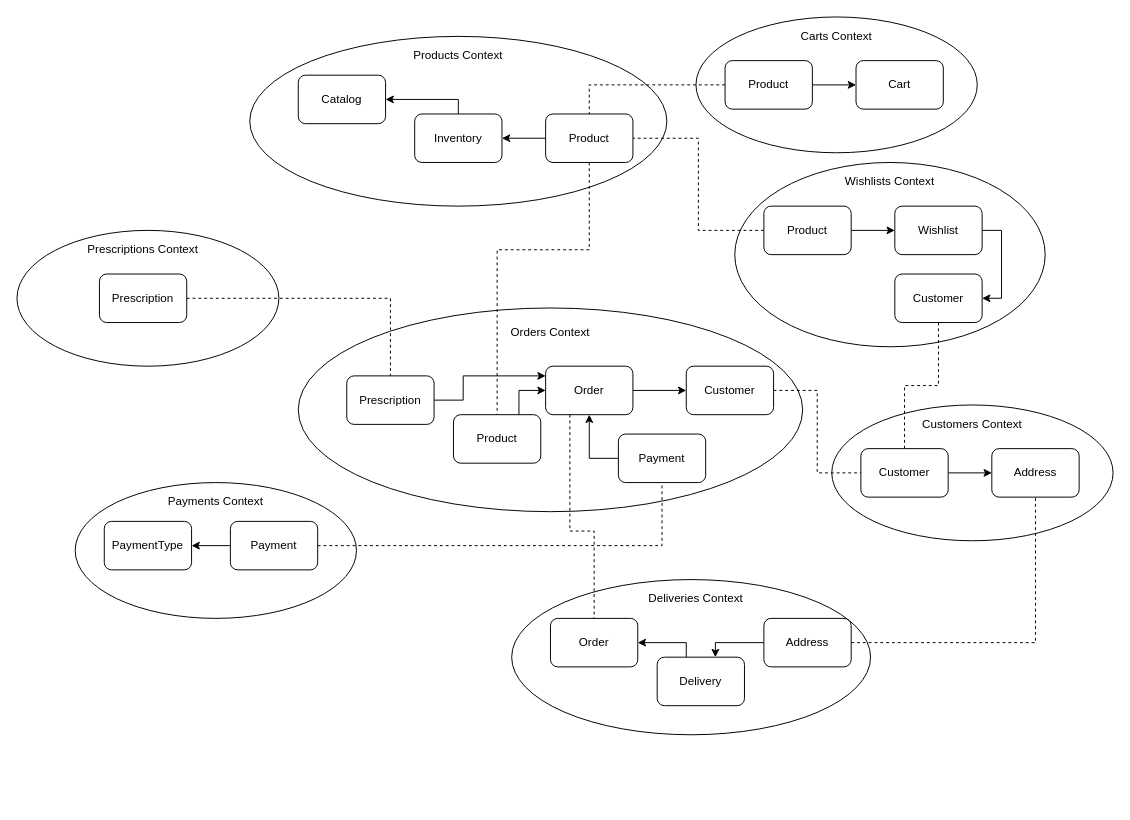
This is page "BoundedContexts" (3 of 4) of ServiceIdentification/Diagrams/DIagrams.drawio from jpscardoso97/pharmacity-ecommerce, a draw.io file, before an edit. Source tidied: cells renumbered, new cells numbered last; positions are measured from the earlier drawing's top-left corner, leaving out a move shared by most shapes. Both pictures are drawn from the tidied source at 97%, with x=0, y=0 at pixel (16, 16).
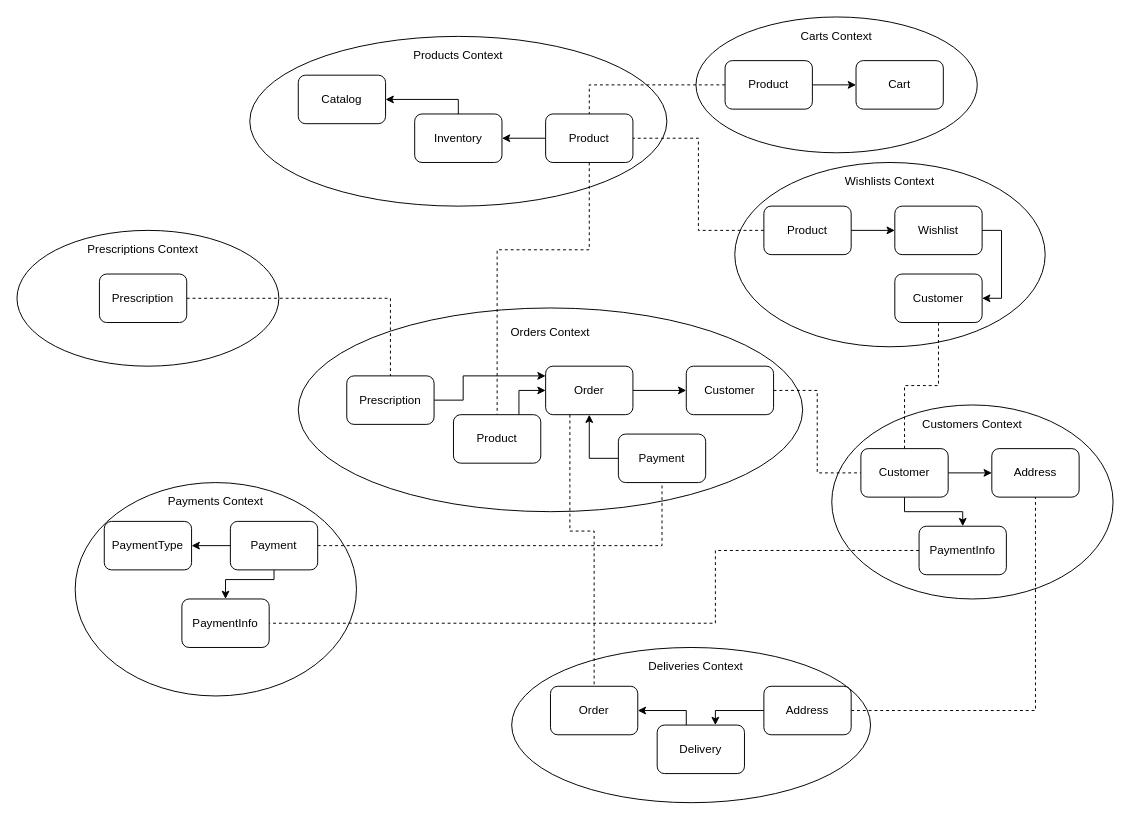
The same diagram, later.

Unchanged cells that the change refers to:
```xml
<mxCell id="23" value="Customer" style="rounded=1;whiteSpace=wrap;html=1;" parent="1" vertex="1">
  <mxGeometry x="870" y="445" width="90" height="50" as="geometry" />
</mxCell>
<mxCell id="37" value="Payment" style="rounded=1;whiteSpace=wrap;html=1;" parent="1" vertex="1">
  <mxGeometry x="220" y="520" width="90" height="50" as="geometry" />
</mxCell>
```

Diff of the diagram source:
```diff
@@
     <mxCell id="19" style="ellipse;whiteSpace=wrap;html=1;" parent="1" vertex="1">
-      <mxGeometry x="840" y="400" width="290" height="140" as="geometry" />
+      <mxGeometry x="840" y="400" width="290" height="200" as="geometry" />
     </mxCell>
@@
+    <mxCell id="61" style="edgeStyle=orthogonalEdgeStyle;rounded=0;jettySize=auto;html=1;entryX=0.5;entryY=0;entryDx=0;entryDy=0;" parent="1" edge="1" source="23" target="64">
+      <mxGeometry relative="1" as="geometry">
+        <Array as="points">
+          <mxPoint x="915" y="510" />
+          <mxPoint x="975" y="510" />
+        </Array>
+      </mxGeometry>
+    </mxCell>
@@
     <mxCell id="34" style="ellipse;whiteSpace=wrap;html=1;" parent="1" vertex="1">
-      <mxGeometry x="60" y="480" width="290" height="140" as="geometry" />
+      <mxGeometry x="60" y="480" width="290" height="220" as="geometry" />
     </mxCell>
@@
+    <mxCell id="62" style="edgeStyle=orthogonalEdgeStyle;rounded=0;jettySize=auto;html=1;entryX=0.5;entryY=0;entryDx=0;entryDy=0;endArrow=classic;endFill=1;" parent="1" edge="1" source="37" target="65">
+      <mxGeometry relative="1" as="geometry">
+        <Array as="points">
+          <mxPoint x="265" y="580" />
+          <mxPoint x="215" y="580" />
+        </Array>
+      </mxGeometry>
+    </mxCell>
@@
     <mxCell id="52" style="ellipse;whiteSpace=wrap;html=1;" parent="1" vertex="1">
-      <mxGeometry x="510" y="580" width="370" height="160" as="geometry" />
+      <mxGeometry x="510" y="650" width="370" height="160" as="geometry" />
     </mxCell>
     <mxCell id="53" value="Deliveries Context" style="text;html=1;strokeColor=none;fillColor=none;align=center;verticalAlign=middle;whiteSpace=wrap;rounded=0;" parent="1" vertex="1">
-      <mxGeometry x="640" y="590" width="120" height="20" as="geometry" />
+      <mxGeometry x="640" y="660" width="120" height="20" as="geometry" />
     </mxCell>
     <mxCell id="54" style="edgeStyle=orthogonalEdgeStyle;rounded=0;jettySize=auto;html=1;entryX=1;entryY=0.5;entryDx=0;entryDy=0;startArrow=none;startFill=0;endArrow=classic;endFill=1;" parent="1" edge="1" source="56" target="59">
       <mxGeometry relative="1" as="geometry">
         <Array as="points">
-          <mxPoint x="690" y="645" />
+          <mxPoint x="690" y="715" />
         </Array>
       </mxGeometry>
     </mxCell>
     <mxCell id="55" style="edgeStyle=orthogonalEdgeStyle;rounded=0;jettySize=auto;html=1;entryX=0;entryY=0.5;entryDx=0;entryDy=0;startArrow=classic;startFill=1;endArrow=none;endFill=0;" parent="1" edge="1" source="56" target="58">
       <mxGeometry relative="1" as="geometry">
         <Array as="points">
-          <mxPoint x="720" y="645" />
+          <mxPoint x="720" y="715" />
         </Array>
       </mxGeometry>
     </mxCell>
     <mxCell id="56" value="Delivery" style="rounded=1;whiteSpace=wrap;html=1;" parent="1" vertex="1">
-      <mxGeometry x="660" y="660" width="90" height="50" as="geometry" />
+      <mxGeometry x="660" y="730" width="90" height="50" as="geometry" />
     </mxCell>
@@
     <mxCell id="58" value="Address" style="rounded=1;whiteSpace=wrap;html=1;" parent="1" vertex="1">
-      <mxGeometry x="770" y="620" width="90" height="50" as="geometry" />
+      <mxGeometry x="770" y="690" width="90" height="50" as="geometry" />
     </mxCell>
     <mxCell id="59" value="Order" style="rounded=1;whiteSpace=wrap;html=1;" parent="1" vertex="1">
-      <mxGeometry x="550" y="620" width="90" height="50" as="geometry" />
+      <mxGeometry x="550" y="690" width="90" height="50" as="geometry" />
     </mxCell>
@@
+    <mxCell id="63" style="edgeStyle=orthogonalEdgeStyle;rounded=0;jettySize=auto;html=1;entryX=1;entryY=0.5;entryDx=0;entryDy=0;endArrow=none;endFill=0;dashed=1;" parent="1" edge="1" source="64" target="65">
+      <mxGeometry relative="1" as="geometry">
+        <Array as="points">
+          <mxPoint x="720" y="550" />
+          <mxPoint x="720" y="625" />
+        </Array>
+      </mxGeometry>
+    </mxCell>
+    <mxCell id="64" value="PaymentInfo" style="rounded=1;whiteSpace=wrap;html=1;" parent="1" vertex="1">
+      <mxGeometry x="930" y="525" width="90" height="50" as="geometry" />
+    </mxCell>
+    <mxCell id="65" value="PaymentInfo" style="rounded=1;whiteSpace=wrap;html=1;" parent="1" vertex="1">
+      <mxGeometry x="170" y="600" width="90" height="50" as="geometry" />
+    </mxCell>
```
